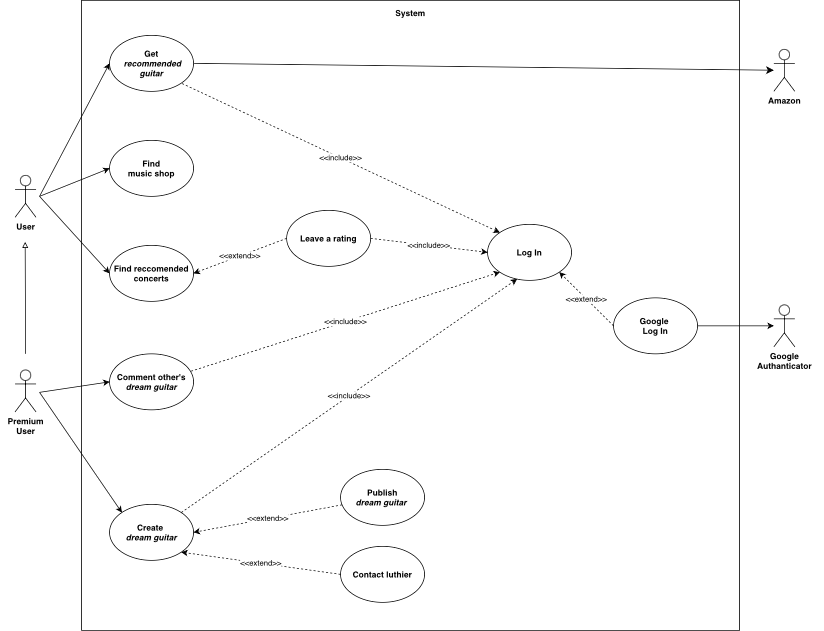
Above: diagrams/Progetto.drawio .png in TizianoLilli/ISPW-Project (draw.io), before the change. Source tidied: cells renumbered, new cells last; positions are measured from the earlier drawing's top-left corner, leaving out a move shared by most shapes.
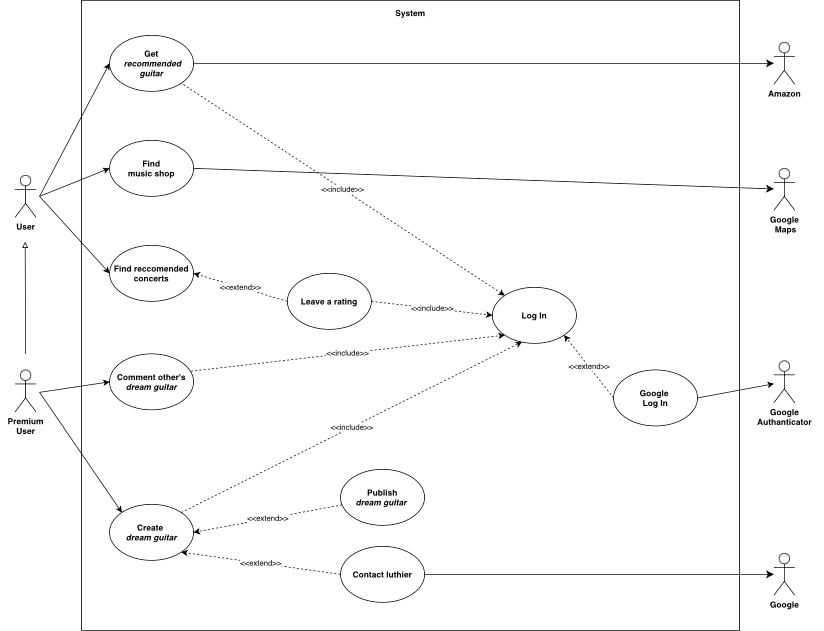
After the change.

Change to the diagram source:
```diff
@@ -12,7 +12,7 @@
       <mxGeometry y="528" width="30" height="60" as="geometry" />
     </mxCell>
     <mxCell id="5" value="&lt;b&gt;Log In&lt;/b&gt;" style="ellipse;whiteSpace=wrap;html=1;" parent="1" vertex="1">
-      <mxGeometry x="675" y="320" width="120" height="80" as="geometry" />
+      <mxGeometry x="682" y="410" width="120" height="80" as="geometry" />
     </mxCell>
     <mxCell id="6" value="&lt;b&gt;Create&amp;nbsp;&lt;/b&gt;&lt;div&gt;&lt;b&gt;&lt;i&gt;dream&amp;nbsp;&lt;span style=&quot;background-color: initial;&quot;&gt;guitar&lt;/span&gt;&lt;/i&gt;&lt;/b&gt;&lt;/div&gt;" style="ellipse;whiteSpace=wrap;html=1;" parent="1" vertex="1">
       <mxGeometry x="135" y="720" width="120" height="80" as="geometry" />
@@ -39,6 +39,9 @@
     <mxCell id="12" value="&lt;b&gt;Find reccomended&lt;/b&gt;&lt;div&gt;&lt;b&gt;concerts&lt;/b&gt;&lt;/div&gt;" style="ellipse;whiteSpace=wrap;html=1;" parent="1" vertex="1">
       <mxGeometry x="135" y="350" width="120" height="80" as="geometry" />
     </mxCell>
+    <mxCell id="34" style="edgeStyle=none;curved=1;rounded=0;jettySize=auto;html=1;fontSize=12;startSize=8;endSize=8;" parent="1" edge="1" source="13" target="37">
+      <mxGeometry relative="1" as="geometry" />
+    </mxCell>
     <mxCell id="13" value="&lt;b&gt;Contact l&lt;span style=&quot;background-color: initial;&quot;&gt;uthier&lt;/span&gt;&lt;/b&gt;" style="ellipse;whiteSpace=wrap;html=1;" parent="1" vertex="1">
       <mxGeometry x="465" y="780" width="120" height="80" as="geometry" />
     </mxCell>
@@ -48,7 +51,7 @@
       </mxGeometry>
     </mxCell>
     <mxCell id="15" value="&lt;b&gt;Google&lt;/b&gt;&lt;div&gt;&lt;b&gt;Authanticator&lt;/b&gt;&lt;/div&gt;&lt;div&gt;&lt;br&gt;&lt;/div&gt;" style="shape=umlActor;verticalLabelPosition=bottom;verticalAlign=top;html=1;outlineConnect=0;" parent="1" vertex="1">
-      <mxGeometry x="1084" y="435" width="30" height="60" as="geometry" />
+      <mxGeometry x="1084" y="515" width="30" height="60" as="geometry" />
     </mxCell>
     <mxCell id="16" style="endArrow=classic;html=1;rounded=0;exitX=1;exitY=0.5;exitDx=0;exitDy=0;" parent="1" edge="1" source="31" target="15">
       <mxGeometry relative="1" as="geometry" />
@@ -79,6 +82,9 @@
     <mxCell id="24" value="&amp;lt;&amp;lt;extend&amp;gt;&amp;gt;" style="endArrow=classic;html=1;rounded=0;entryX=1;entryY=0.5;entryDx=0;entryDy=0;dashed=1;" parent="1" edge="1" source="23" target="6">
       <mxGeometry relative="1" as="geometry" />
     </mxCell>
+    <mxCell id="35" style="edgeStyle=none;curved=1;rounded=0;jettySize=auto;html=1;exitX=1;exitY=0.5;exitDx=0;exitDy=0;fontSize=12;startSize=8;endSize=8;" parent="1" edge="1" source="25" target="36">
+      <mxGeometry relative="1" as="geometry" />
+    </mxCell>
     <mxCell id="25" value="&lt;b&gt;Find&lt;/b&gt;&lt;div&gt;&lt;b&gt;music shop&lt;/b&gt;&lt;/div&gt;" style="ellipse;whiteSpace=wrap;html=1;" parent="1" vertex="1">
       <mxGeometry x="135" y="200" width="120" height="80" as="geometry" />
     </mxCell>
@@ -88,7 +94,7 @@
       </mxGeometry>
     </mxCell>
     <mxCell id="27" value="&lt;b&gt;Leave a rating&lt;/b&gt;" style="ellipse;whiteSpace=wrap;html=1;" parent="1" vertex="1">
-      <mxGeometry x="388" y="300" width="120" height="80" as="geometry" />
+      <mxGeometry x="389" y="390" width="120" height="80" as="geometry" />
     </mxCell>
     <mxCell id="28" value="&amp;lt;&amp;lt;extend&amp;gt;&amp;gt;" style="endArrow=classic;html=1;rounded=0;exitX=0;exitY=0.5;exitDx=0;exitDy=0;entryX=1;entryY=0.5;entryDx=0;entryDy=0;dashed=1;" parent="1" edge="1" source="27" target="12">
       <mxGeometry relative="1" as="geometry" />
@@ -103,13 +109,19 @@
       </mxGeometry>
     </mxCell>
     <mxCell id="31" value="&lt;b&gt;Google&amp;nbsp;&lt;/b&gt;&lt;div&gt;&lt;b&gt;Log In&lt;/b&gt;&lt;/div&gt;" style="ellipse;whiteSpace=wrap;html=1;" parent="1" vertex="1">
-      <mxGeometry x="855" y="425" width="120" height="80" as="geometry" />
+      <mxGeometry x="855" y="528" width="120" height="80" as="geometry" />
     </mxCell>
     <mxCell id="32" value="&amp;lt;&amp;lt;extend&amp;gt;&amp;gt;" style="endArrow=classic;html=1;rounded=0;exitX=0;exitY=0.5;exitDx=0;exitDy=0;entryX=1;entryY=1;entryDx=0;entryDy=0;dashed=1;" parent="1" edge="1" source="31" target="5">
       <mxGeometry relative="1" as="geometry" />
     </mxCell>
     <mxCell id="33" value="&lt;b&gt;Amazon&lt;/b&gt;" style="shape=umlActor;verticalLabelPosition=bottom;verticalAlign=top;html=1;outlineConnect=0;" parent="1" vertex="1">
-      <mxGeometry x="1084" y="70" width="30" height="60" as="geometry" />
+      <mxGeometry x="1084" y="60" width="30" height="60" as="geometry" />
     </mxCell>
+    <mxCell id="36" value="&lt;b&gt;Google&lt;/b&gt;&lt;div&gt;&lt;b&gt;&amp;nbsp;Maps&lt;/b&gt;&lt;/div&gt;" style="shape=umlActor;verticalLabelPosition=bottom;verticalAlign=top;html=1;outlineConnect=0;" parent="1" vertex="1">
+      <mxGeometry x="1084" y="240" width="30" height="60" as="geometry" />
+    </mxCell>
+    <mxCell id="37" value="&lt;b&gt;Google&lt;/b&gt;&lt;div&gt;&lt;br&gt;&lt;/div&gt;" style="shape=umlActor;verticalLabelPosition=bottom;verticalAlign=top;html=1;outlineConnect=0;" parent="1" vertex="1">
+      <mxGeometry x="1084" y="790" width="30" height="60" as="geometry" />
+    </mxCell>
   </root>
 </mxGraphModel>
```
